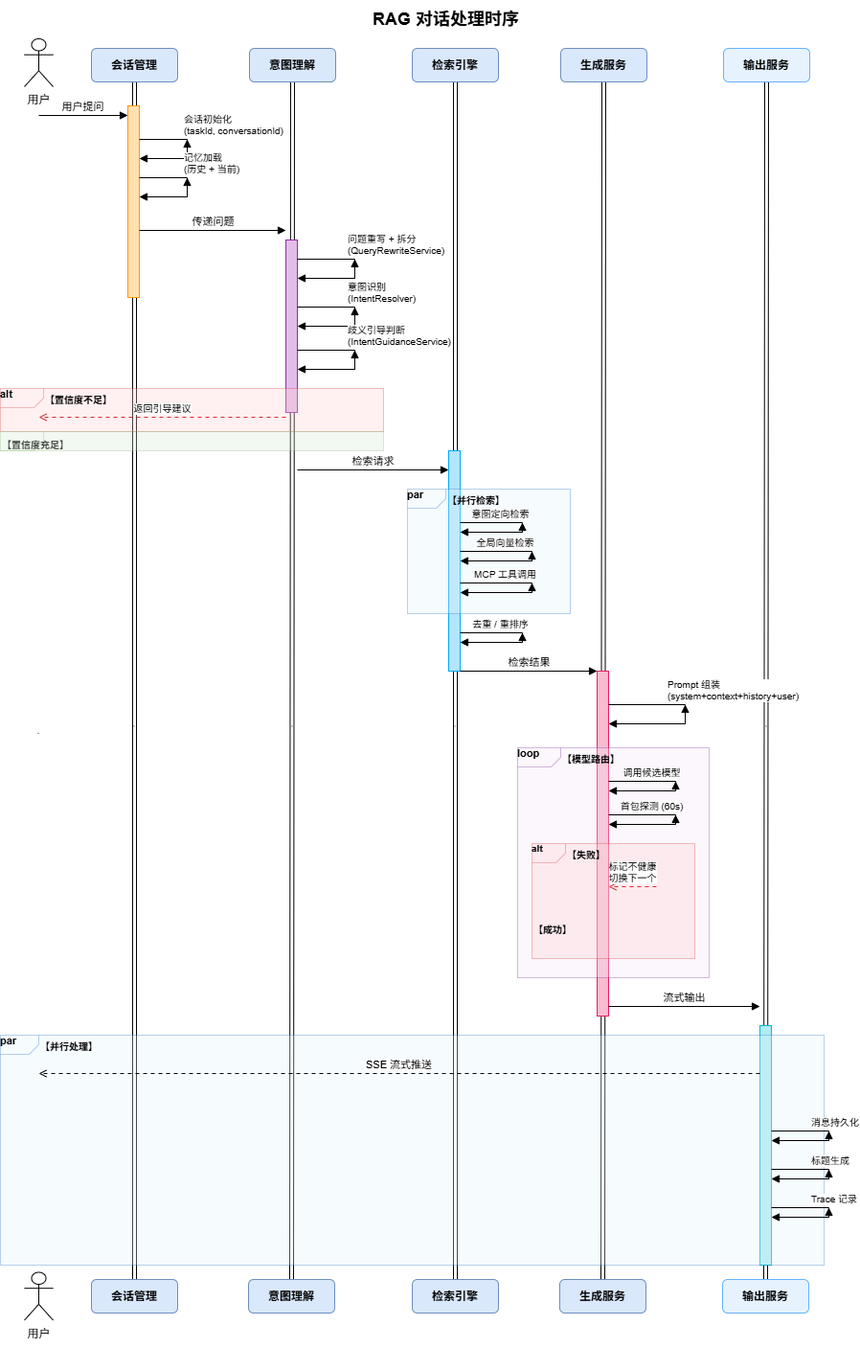
ZhongKai-07/rag-knowledge-dev keeps this draw.io diagram as diagram/sequence/rag_sequence_diagram.drawio.png. Above is the earlier version. Source tidied: cells renumbered, new cells last; positions are measured from the earlier drawing's top-left corner, leaving out a move shared by most shapes.
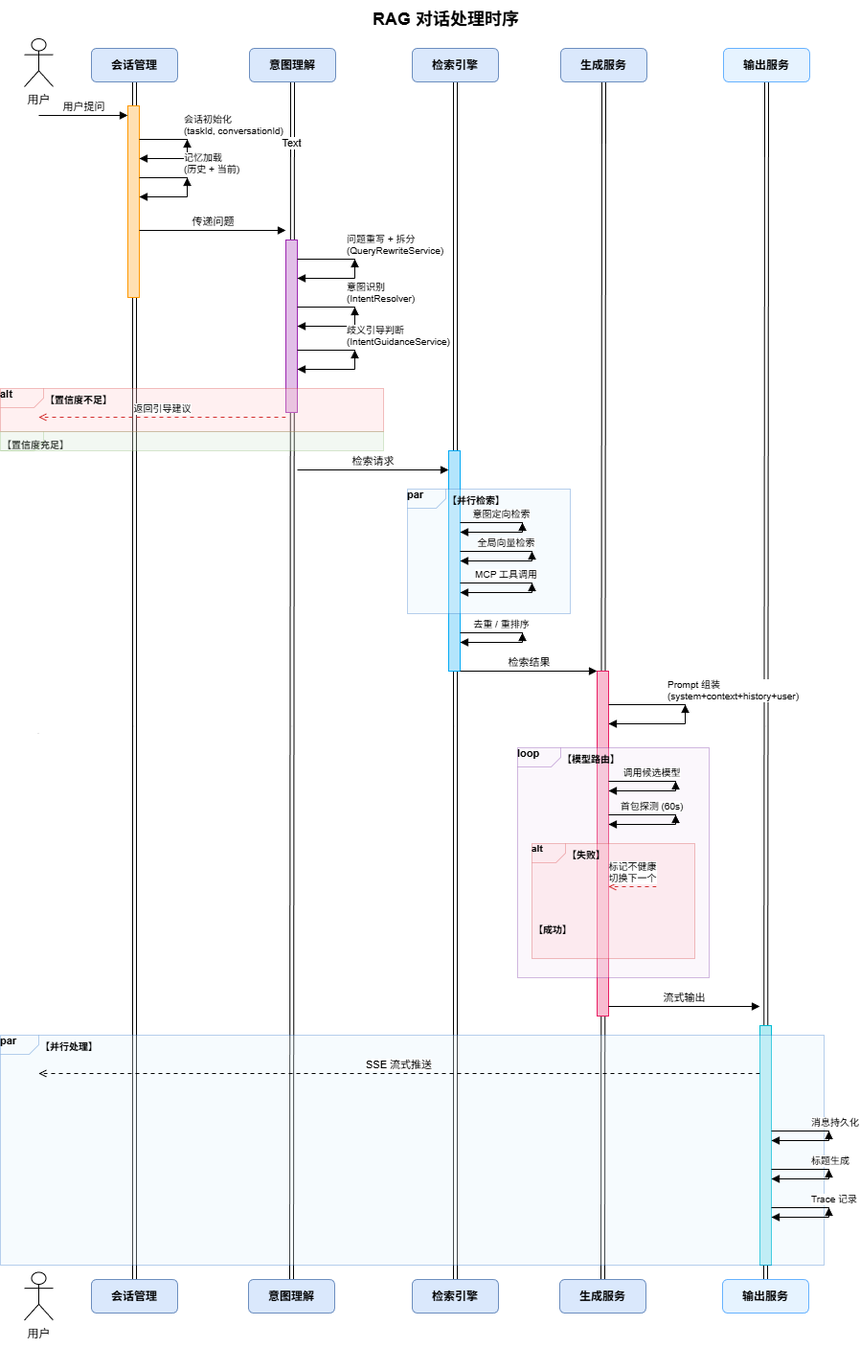
Later version of the same file.

Commit message:
chore: add design docs/diagrams + ignore local scratch artifacts

What changed in the source:
```diff
@@ -14,6 +14,9 @@
     <mxCell id="5" style="shape=link;html=1;rounded=0;exitX=0.5;exitY=1;exitDx=0;exitDy=0;entryX=0.5;entryY=0;entryDx=0;entryDy=0;" parent="1" edge="1" source="12" target="79">
       <mxGeometry relative="1" as="geometry" />
     </mxCell>
+    <mxCell id="84" value="Text" style="edgeLabel;html=1;align=center;verticalAlign=middle;" parent="5" vertex="1">
+      <mxGeometry x="-0.9" y="-1" relative="1" as="geometry" />
+    </mxCell>
     <mxCell id="6" style="shape=link;html=1;rounded=0;exitX=0.5;exitY=1;exitDx=0;exitDy=0;" parent="1" edge="1" source="10" target="78">
       <mxGeometry relative="1" as="geometry" />
     </mxCell>
```
